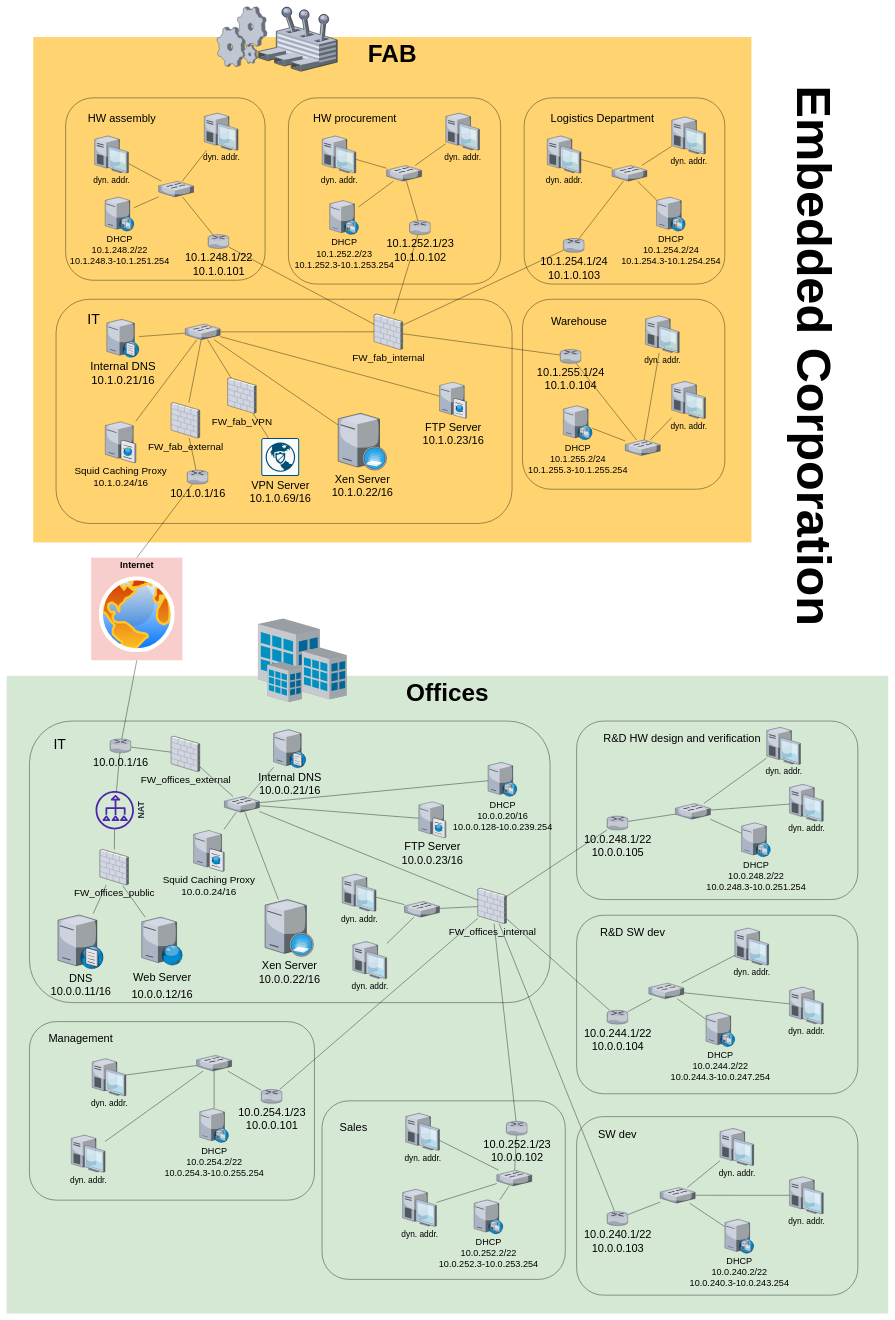
Earlier version of the draw.io diagram comm.drawio (One-E2-Team/NII). Source tidied: cells renumbered, new cells numbered last; positions are measured from the earlier drawing's top-left corner, leaving out a move shared by most shapes. Both pictures are drawn from the tidied source at 38%, with x=0, y=0 at pixel (6, 6).
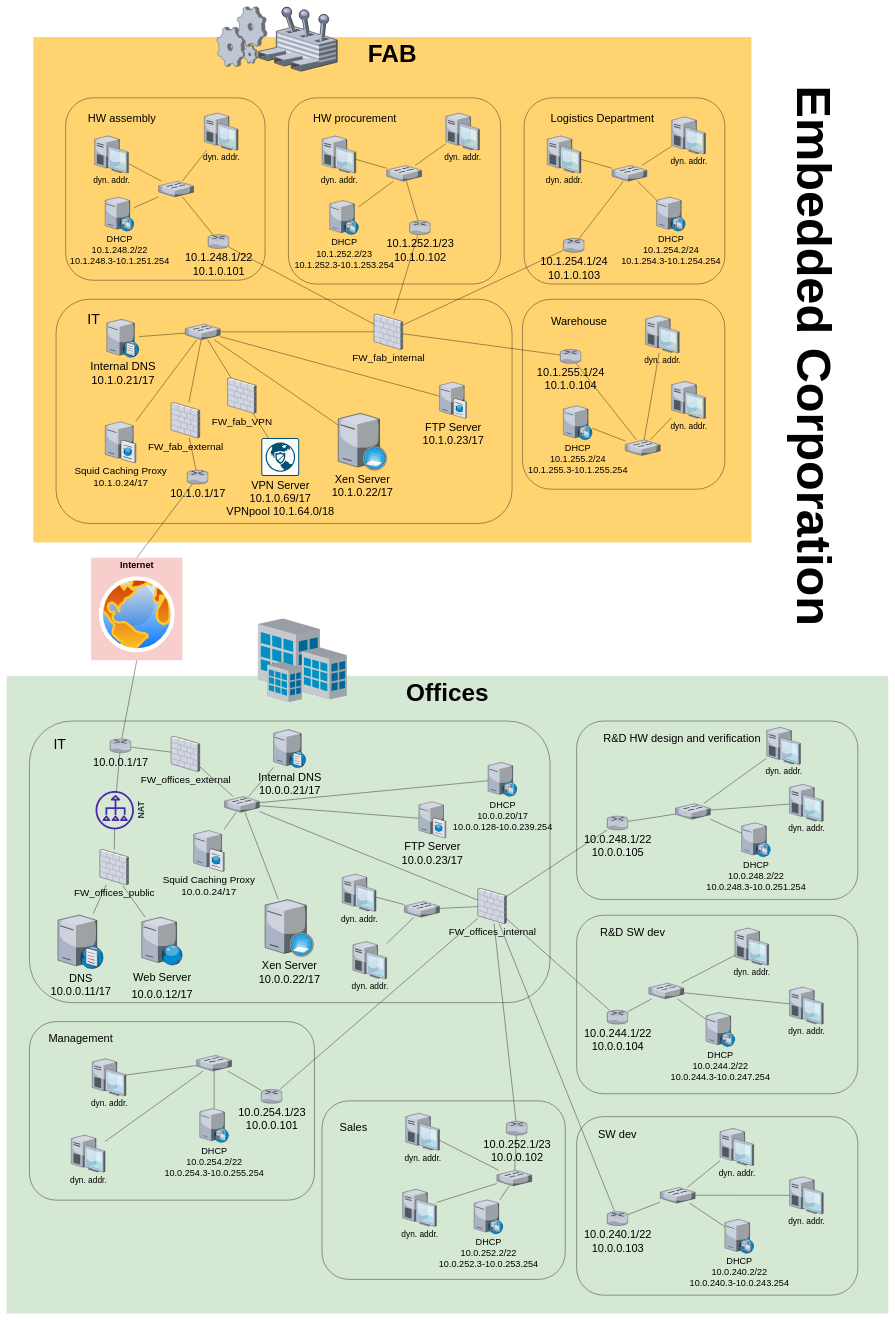
The same diagram, later.

What changed in the source:
```diff
@@
-    <mxCell id="10" value="&lt;font style=&quot;font-size: 29px&quot;&gt;10.0.0.1/16&lt;/font&gt;" style="verticalLabelPosition=bottom;html=1;verticalAlign=top;strokeColor=none;shape=mxgraph.citrix.router;fillColor=#66B2FF;gradientColor=#0066CC;fontSize=14;" parent="1" vertex="1">
+    <mxCell id="10" value="&lt;font style=&quot;font-size: 29px&quot;&gt;10.0.0.1/17&lt;/font&gt;" style="verticalLabelPosition=bottom;html=1;verticalAlign=top;strokeColor=none;shape=mxgraph.citrix.router;fillColor=#66B2FF;gradientColor=#0066CC;fontSize=14;" parent="1" vertex="1">
       <mxGeometry x="272" y="1927" width="55" height="36.5" as="geometry" />
     </mxCell>
@@
-    <mxCell id="15" value="&lt;font style=&quot;font-size: 29px&quot;&gt;DNS&lt;br&gt;10.0.0.11/16&lt;/font&gt;" style="verticalLabelPosition=bottom;sketch=0;html=1;verticalAlign=top;strokeColor=none;align=center;outlineConnect=0;shape=mxgraph.citrix.dns_server;fontSize=26;" parent="1" vertex="1">
+    <mxCell id="15" value="&lt;font style=&quot;font-size: 29px&quot;&gt;DNS&lt;br&gt;10.0.0.11/17&lt;/font&gt;" style="verticalLabelPosition=bottom;sketch=0;html=1;verticalAlign=top;strokeColor=none;align=center;outlineConnect=0;shape=mxgraph.citrix.dns_server;fontSize=26;" parent="1" vertex="1">
       <mxGeometry x="135" y="2386.7" width="120" height="145.1" as="geometry" />
     </mxCell>
@@
-    <mxCell id="20" value="&lt;font style=&quot;font-size: 29px&quot;&gt;Internal DNS&lt;br&gt;10.0.0.21/16&lt;/font&gt;" style="verticalLabelPosition=bottom;sketch=0;html=1;verticalAlign=top;strokeColor=none;align=center;outlineConnect=0;shape=mxgraph.citrix.dns_server;fontSize=26;" parent="1" vertex="1">
+    <mxCell id="20" value="&lt;font style=&quot;font-size: 29px&quot;&gt;Internal DNS&lt;br&gt;10.0.0.21/17&lt;/font&gt;" style="verticalLabelPosition=bottom;sketch=0;html=1;verticalAlign=top;strokeColor=none;align=center;outlineConnect=0;shape=mxgraph.citrix.dns_server;fontSize=26;" parent="1" vertex="1">
       <mxGeometry x="702.4" y="1900" width="85.2" height="103" as="geometry" />
     </mxCell>
@@
-    <mxCell id="22" value="Squid Caching Proxy&lt;br&gt;10.0.0.24/16" style="verticalLabelPosition=bottom;sketch=0;html=1;verticalAlign=top;strokeColor=none;align=center;outlineConnect=0;shape=mxgraph.citrix.cache_server;fontSize=26;fillColor=none;" parent="1" vertex="1">
+    <mxCell id="22" value="Squid Caching Proxy&lt;br&gt;10.0.0.24/17" style="verticalLabelPosition=bottom;sketch=0;html=1;verticalAlign=top;strokeColor=none;align=center;outlineConnect=0;shape=mxgraph.citrix.cache_server;fontSize=26;fillColor=none;" parent="1" vertex="1">
       <mxGeometry x="492" y="2165.4" width="80.1" height="110" as="geometry" />
     </mxCell>
-    <mxCell id="23" value="&lt;font style=&quot;font-size: 29px&quot;&gt;Web Server&lt;br&gt;10.0.0.12/16&lt;br&gt;&lt;/font&gt;" style="verticalLabelPosition=bottom;sketch=0;html=1;verticalAlign=top;strokeColor=none;align=center;outlineConnect=0;shape=mxgraph.citrix.web_server;fontSize=37;" parent="1" vertex="1">
+    <mxCell id="23" value="&lt;font style=&quot;font-size: 29px&quot;&gt;Web Server&lt;br&gt;10.0.0.12/17&lt;br&gt;&lt;/font&gt;" style="verticalLabelPosition=bottom;sketch=0;html=1;verticalAlign=top;strokeColor=none;align=center;outlineConnect=0;shape=mxgraph.citrix.web_server;fontSize=37;" parent="1" vertex="1">
       <mxGeometry x="355.5" y="2396" width="107.5" height="126.5" as="geometry" />
     </mxCell>
-    <mxCell id="24" value="Xen Server&lt;br&gt;10.0.0.22/16" style="verticalLabelPosition=bottom;sketch=0;html=1;verticalAlign=top;strokeColor=none;align=center;outlineConnect=0;shape=mxgraph.citrix.xenserver;fontSize=29;" parent="1" vertex="1">
+    <mxCell id="24" value="Xen Server&lt;br&gt;10.0.0.22/17" style="verticalLabelPosition=bottom;sketch=0;html=1;verticalAlign=top;strokeColor=none;align=center;outlineConnect=0;shape=mxgraph.citrix.xenserver;fontSize=29;" parent="1" vertex="1">
       <mxGeometry x="680" y="2349.8" width="127.5" height="150" as="geometry" />
     </mxCell>
@@
-    <mxCell id="39" value="&lt;font style=&quot;font-size: 24px&quot;&gt;DHCP&lt;br&gt;10.0.0.20/16&lt;br&gt;10.0.0.128-10.0.239.254&lt;/font&gt;" style="verticalLabelPosition=bottom;sketch=0;html=1;verticalAlign=top;strokeColor=none;align=center;outlineConnect=0;shape=mxgraph.citrix.dhcp_server;fontSize=22;" parent="1" vertex="1">
+    <mxCell id="39" value="&lt;font style=&quot;font-size: 24px&quot;&gt;DHCP&lt;br&gt;10.0.0.20/17&lt;br&gt;10.0.0.128-10.0.239.254&lt;/font&gt;" style="verticalLabelPosition=bottom;sketch=0;html=1;verticalAlign=top;strokeColor=none;align=center;outlineConnect=0;shape=mxgraph.citrix.dhcp_server;fontSize=22;" parent="1" vertex="1">
       <mxGeometry x="1266.7" y="1988.5" width="76" height="90" as="geometry" />
     </mxCell>
@@
-    <mxCell id="100" value="&lt;font style=&quot;font-size: 29px&quot;&gt;FTP Server&lt;br&gt;10.0.0.23/16&lt;/font&gt;" style="verticalLabelPosition=bottom;sketch=0;html=1;verticalAlign=top;strokeColor=none;align=center;outlineConnect=0;shape=mxgraph.citrix.ftp_server;fontSize=24;" parent="1" vertex="1">
+    <mxCell id="100" value="&lt;font style=&quot;font-size: 29px&quot;&gt;FTP Server&lt;br&gt;10.0.0.23/17&lt;/font&gt;" style="verticalLabelPosition=bottom;sketch=0;html=1;verticalAlign=top;strokeColor=none;align=center;outlineConnect=0;shape=mxgraph.citrix.ftp_server;fontSize=24;" parent="1" vertex="1">
       <mxGeometry x="1084.5" y="2090" width="71" height="97" as="geometry" />
     </mxCell>
@@
-    <mxCell id="105" value="&lt;font style=&quot;font-size: 29px&quot;&gt;10.1.0.1/16&lt;/font&gt;" style="verticalLabelPosition=bottom;sketch=0;html=1;verticalAlign=top;strokeColor=none;align=center;outlineConnect=0;shape=mxgraph.citrix.router;fontSize=24;" parent="1" vertex="1">
+    <mxCell id="105" value="&lt;font style=&quot;font-size: 29px&quot;&gt;10.1.0.1/17&lt;/font&gt;" style="verticalLabelPosition=bottom;sketch=0;html=1;verticalAlign=top;strokeColor=none;align=center;outlineConnect=0;shape=mxgraph.citrix.router;fontSize=24;" parent="1" vertex="1">
       <mxGeometry x="475" y="1220" width="55" height="36.5" as="geometry" />
     </mxCell>
@@
-    <mxCell id="107" value="Squid Caching Proxy&lt;br&gt;10.1.0.24/16" style="verticalLabelPosition=bottom;sketch=0;html=1;verticalAlign=top;strokeColor=none;align=center;outlineConnect=0;shape=mxgraph.citrix.cache_server;fontSize=26;fillColor=none;" parent="1" vertex="1">
+    <mxCell id="107" value="Squid Caching Proxy&lt;br&gt;10.1.0.24/17" style="verticalLabelPosition=bottom;sketch=0;html=1;verticalAlign=top;strokeColor=none;align=center;outlineConnect=0;shape=mxgraph.citrix.cache_server;fontSize=26;fillColor=none;" parent="1" vertex="1">
       <mxGeometry x="259.5" y="1090" width="80.1" height="110" as="geometry" />
     </mxCell>
@@
-    <mxCell id="111" value="&lt;font style=&quot;font-size: 29px&quot;&gt;VPN Server&lt;br&gt;10.1.0.69/16&lt;/font&gt;" style="sketch=0;points=[[0.015,0.015,0],[0.985,0.015,0],[0.985,0.985,0],[0.015,0.985,0],[0.25,0,0],[0.5,0,0],[0.75,0,0],[1,0.25,0],[1,0.5,0],[1,0.75,0],[0.75,1,0],[0.5,1,0],[0.25,1,0],[0,0.75,0],[0,0.5,0],[0,0.25,0]];verticalLabelPosition=bottom;html=1;verticalAlign=top;align=center;shape=mxgraph.cisco19.rect;prIcon=virtual_private_network;fillColor=#FAFAFA;strokeColor=#005073;fontSize=24;" parent="1" vertex="1">
+    <mxCell id="111" value="&lt;font style=&quot;font-size: 29px&quot;&gt;VPN Server&lt;br&gt;10.1.0.69/17&lt;br&gt;VPNpool 10.1.64.0/18&lt;br&gt;&lt;/font&gt;" style="sketch=0;points=[[0.015,0.015,0],[0.985,0.015,0],[0.985,0.985,0],[0.015,0.985,0],[0.25,0,0],[0.5,0,0],[0.75,0,0],[1,0.25,0],[1,0.5,0],[1,0.75,0],[0.75,1,0],[0.5,1,0],[0.25,1,0],[0,0.75,0],[0,0.5,0],[0,0.25,0]];verticalLabelPosition=bottom;html=1;verticalAlign=top;align=center;shape=mxgraph.cisco19.rect;prIcon=virtual_private_network;fillColor=#FAFAFA;strokeColor=#005073;fontSize=24;" parent="1" vertex="1">
       <mxGeometry x="670" y="1135" width="100" height="100" as="geometry" />
     </mxCell>
@@
-    <mxCell id="113" value="&lt;font style=&quot;font-size: 30px&quot;&gt;Internal DNS&lt;br&gt;10.1.0.21/16&lt;/font&gt;" style="verticalLabelPosition=bottom;sketch=0;html=1;verticalAlign=top;strokeColor=none;align=center;outlineConnect=0;shape=mxgraph.citrix.dns_server;fontSize=26;" parent="1" vertex="1">
+    <mxCell id="113" value="&lt;font style=&quot;font-size: 30px&quot;&gt;Internal DNS&lt;br&gt;10.1.0.21/17&lt;/font&gt;" style="verticalLabelPosition=bottom;sketch=0;html=1;verticalAlign=top;strokeColor=none;align=center;outlineConnect=0;shape=mxgraph.citrix.dns_server;fontSize=26;" parent="1" vertex="1">
       <mxGeometry x="263.4" y="820" width="85.2" height="103" as="geometry" />
     </mxCell>
@@
-    <mxCell id="115" value="&lt;font style=&quot;font-size: 29px&quot;&gt;Xen Server&lt;br&gt;10.1.0.22/16&lt;/font&gt;" style="verticalLabelPosition=bottom;sketch=0;html=1;verticalAlign=top;strokeColor=none;align=center;outlineConnect=0;shape=mxgraph.citrix.xenserver;fontSize=29;" parent="1" vertex="1">
+    <mxCell id="115" value="&lt;font style=&quot;font-size: 29px&quot;&gt;Xen Server&lt;br&gt;10.1.0.22/17&lt;/font&gt;" style="verticalLabelPosition=bottom;sketch=0;html=1;verticalAlign=top;strokeColor=none;align=center;outlineConnect=0;shape=mxgraph.citrix.xenserver;fontSize=29;" parent="1" vertex="1">
       <mxGeometry x="872.5" y="1070" width="127.5" height="150" as="geometry" />
     </mxCell>
@@
-    <mxCell id="117" value="&lt;font style=&quot;font-size: 29px&quot;&gt;FTP Server&lt;br&gt;10.1.0.23/16&lt;/font&gt;" style="verticalLabelPosition=bottom;sketch=0;html=1;verticalAlign=top;strokeColor=none;align=center;outlineConnect=0;shape=mxgraph.citrix.ftp_server;fontSize=24;" parent="1" vertex="1">
+    <mxCell id="117" value="&lt;font style=&quot;font-size: 29px&quot;&gt;FTP Server&lt;br&gt;10.1.0.23/17&lt;/font&gt;" style="verticalLabelPosition=bottom;sketch=0;html=1;verticalAlign=top;strokeColor=none;align=center;outlineConnect=0;shape=mxgraph.citrix.ftp_server;fontSize=24;" parent="1" vertex="1">
       <mxGeometry x="1139" y="986" width="71" height="97" as="geometry" />
     </mxCell>
```
